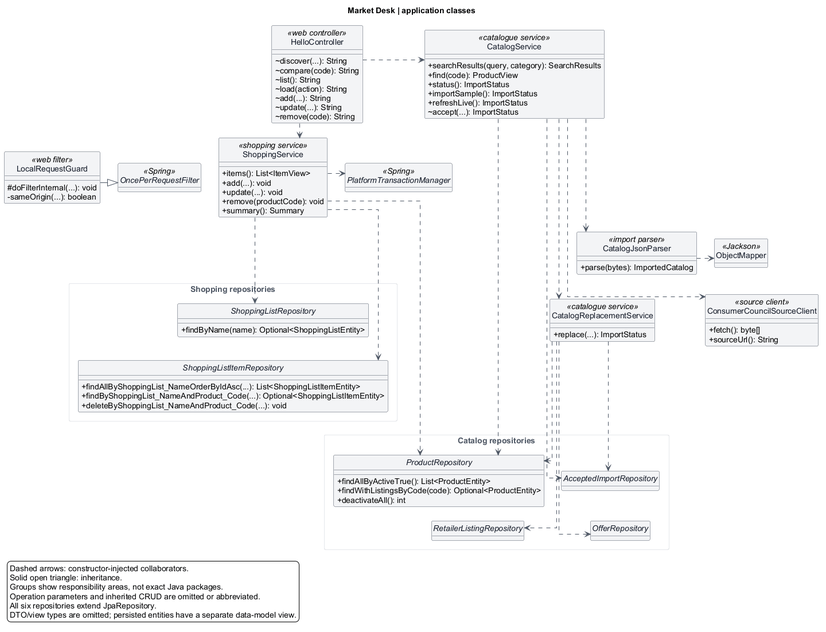
Earlier version of the PlantUML export docs/diagrams/baseline/application-class.png (LamHeiKit230208993/CS3383-Project). Its diagram source:
```plantuml
@startuml
title Market Desk | application classes

top to bottom direction
skinparam backgroundColor #FFFFFF
skinparam shadowing false
skinparam linetype ortho
skinparam classAttributeIconSize 0
skinparam defaultFontName Arial
skinparam defaultFontSize 14
skinparam classFontSize 15
skinparam classAttributeFontSize 14
skinparam classBackgroundColor #F3F4F6
skinparam classBorderColor #4B5563
skinparam classFontColor #111827
skinparam packageStyle rectangle
skinparam packageBackgroundColor #FFFFFF
skinparam packageBorderColor #E5E7EB
skinparam packageFontColor #4B5563
skinparam noteBackgroundColor #E5E7EB
skinparam noteBorderColor #4B5563
skinparam ArrowColor #4B5563
skinparam nodesep 30
skinparam ranksep 25
hide circle
hide empty methods

class HelloController <<web controller>> {
  ~ discover(...): String
  ~ compare(code): String
  ~ list(): String
  ~ load(action): String
  ~ add(...): String
  ~ update(...): String
  ~ remove(code): String
}

class LocalRequestGuard <<web filter>> {
  # doFilterInternal(...): void
  - sameOrigin(...): boolean
}
abstract class OncePerRequestFilter <<Spring>>

class CatalogService <<catalogue service>> {
  + searchResults(query, category): SearchResults
  + find(code): ProductView
  + status(): ImportStatus
  + importSample(): ImportStatus
  + refreshLive(): ImportStatus
  ~ accept(...): ImportStatus
}

class ShoppingService <<shopping service>> {
  + items(): List<ItemView>
  + add(...): void
  + update(...): void
  + remove(productCode): void
  + summary(): Summary
}

class CatalogJsonParser <<import parser>> {
  + parse(bytes): ImportedCatalog
}
class ObjectMapper <<Jackson>>
class CatalogReplacementService <<catalogue service>> {
  + replace(...): ImportStatus
}
class ConsumerCouncilSourceClient <<source client>> {
  + fetch(): byte[]
  + sourceUrl(): String
}
interface PlatformTransactionManager <<Spring>>

package "Catalog repositories" {
  interface ProductRepository {
    + findAllByActiveTrue(): List<ProductEntity>
    + findWithListingsByCode(code): Optional<ProductEntity>
    + deactivateAll(): int
  }
  interface AcceptedImportRepository
  interface RetailerListingRepository
  interface OfferRepository
}

package "Shopping repositories" {
  interface ShoppingListRepository {
    + findByName(name): Optional<ShoppingListEntity>
  }
  interface ShoppingListItemRepository {
    + findAllByShoppingList_NameOrderByIdAsc(...): List<ShoppingListItemEntity>
    + findByShoppingList_NameAndProduct_Code(...): Optional<ShoppingListItemEntity>
    + deleteByShoppingList_NameAndProduct_Code(...): void
  }
}

HelloController ..right.> CatalogService
HelloController ..right.> ShoppingService
CatalogService ..down.> ProductRepository
CatalogService ..down.> AcceptedImportRepository
CatalogService ..down.> CatalogJsonParser
CatalogService ..down.> CatalogReplacementService
CatalogService ..down.> ConsumerCouncilSourceClient
CatalogReplacementService ..down.> ProductRepository
CatalogReplacementService ..down.> RetailerListingRepository
CatalogReplacementService ..down.> OfferRepository
CatalogReplacementService ..down.> AcceptedImportRepository
CatalogJsonParser ..right.> ObjectMapper
ShoppingService ..down.> ShoppingListRepository
ShoppingService ..down.> ShoppingListItemRepository
ShoppingService ..down.> ProductRepository
ShoppingService ..right.> PlatformTransactionManager
LocalRequestGuard -down-|> OncePerRequestFilter

HelloController -[hidden]right-> CatalogService
CatalogService -[hidden]down-> ShoppingService
CatalogService -[hidden]down-> CatalogJsonParser
CatalogJsonParser -[hidden]right-> ObjectMapper
CatalogJsonParser -[hidden]down-> CatalogReplacementService
CatalogReplacementService -[hidden]right-> ConsumerCouncilSourceClient
CatalogReplacementService -[hidden]down-> ProductRepository
ProductRepository -[hidden]right-> AcceptedImportRepository
ProductRepository -[hidden]down-> RetailerListingRepository
AcceptedImportRepository -[hidden]down-> OfferRepository
ShoppingService -[hidden]down-> ShoppingListRepository
ShoppingListRepository -[hidden]down-> ShoppingListItemRepository
ShoppingService -[hidden]right-> PlatformTransactionManager
HelloController -[hidden]down-> LocalRequestGuard
LocalRequestGuard -[hidden]right-> OncePerRequestFilter

legend bottom left
  Dashed arrows: constructor-injected collaborators.
  Solid open triangle: inheritance.
  Groups show responsibility areas, not exact Java packages.
  Operation parameters and inherited CRUD are omitted or abbreviated.
  All six repositories extend JpaRepository.
  DTO/view types are omitted; persisted entities have a separate data-model view.
endlegend
@enduml
```
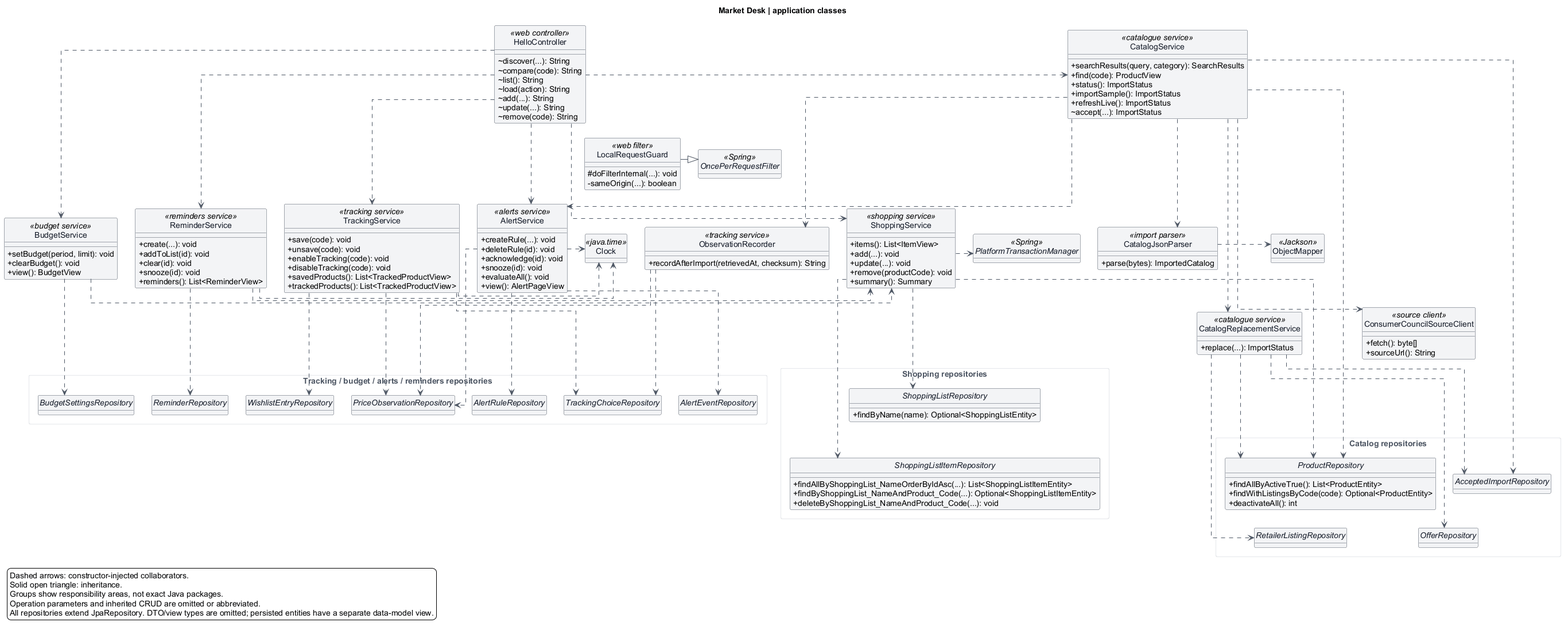
The same diagram one commit later.

The edit, as a diff of the source:
```diff
@@ -58,6 +58,39 @@
   + summary(): Summary
 }
 
+class TrackingService <<tracking service>> {
+  + save(code): void
+  + unsave(code): void
+  + enableTracking(code): void
+  + disableTracking(code): void
+  + savedProducts(): List<TrackedProductView>
+  + trackedProducts(): List<TrackedProductView>
+}
+class ObservationRecorder <<tracking service>> {
+  + recordAfterImport(retrievedAt, checksum): String
+}
+class BudgetService <<budget service>> {
+  + setBudget(period, limit): void
+  + clearBudget(): void
+  + view(): BudgetView
+}
+class AlertService <<alerts service>> {
+  + createRule(...): void
+  + deleteRule(id): void
+  + acknowledge(id): void
+  + snooze(id): void
+  + evaluateAll(): void
+  + view(): AlertPageView
+}
+class ReminderService <<reminders service>> {
+  + create(...): void
+  + addToList(id): void
+  + clear(id): void
+  + snooze(id): void
+  + reminders(): List<ReminderView>
+}
+class Clock <<java.time>>
+
 class CatalogJsonParser <<import parser>> {
   + parse(bytes): ImportedCatalog
 }
@@ -93,13 +126,29 @@
   }
 }
 
+package "Tracking / budget / alerts / reminders repositories" {
+  interface WishlistEntryRepository
+  interface TrackingChoiceRepository
+  interface PriceObservationRepository
+  interface BudgetSettingsRepository
+  interface AlertRuleRepository
+  interface AlertEventRepository
+  interface ReminderRepository
+}
+
 HelloController ..right.> CatalogService
 HelloController ..right.> ShoppingService
+HelloController ..right.> TrackingService
+HelloController ..right.> BudgetService
+HelloController ..right.> AlertService
+HelloController ..right.> ReminderService
 CatalogService ..down.> ProductRepository
 CatalogService ..down.> AcceptedImportRepository
 CatalogService ..down.> CatalogJsonParser
 CatalogService ..down.> CatalogReplacementService
 CatalogService ..down.> ConsumerCouncilSourceClient
+CatalogService ..down.> ObservationRecorder
+CatalogService ..down.> AlertService
 CatalogReplacementService ..down.> ProductRepository
 CatalogReplacementService ..down.> RetailerListingRepository
 CatalogReplacementService ..down.> OfferRepository
@@ -109,6 +158,21 @@
 ShoppingService ..down.> ShoppingListItemRepository
 ShoppingService ..down.> ProductRepository
 ShoppingService ..right.> PlatformTransactionManager
+TrackingService ..down.> WishlistEntryRepository
+TrackingService ..down.> TrackingChoiceRepository
+TrackingService ..down.> PriceObservationRepository
+TrackingService ..right.> Clock
+ObservationRecorder ..down.> TrackingChoiceRepository
+ObservationRecorder ..down.> PriceObservationRepository
+BudgetService ..down.> BudgetSettingsRepository
+BudgetService ..right.> ShoppingService
+AlertService ..down.> AlertRuleRepository
+AlertService ..down.> AlertEventRepository
+AlertService ..down.> PriceObservationRepository
+AlertService ..right.> Clock
+ReminderService ..down.> ReminderRepository
+ReminderService ..right.> ShoppingService
+ReminderService ..right.> Clock
 LocalRequestGuard -down-|> OncePerRequestFilter
 
 HelloController -[hidden]right-> CatalogService
@@ -132,7 +196,6 @@
   Solid open triangle: inheritance.
   Groups show responsibility areas, not exact Java packages.
   Operation parameters and inherited CRUD are omitted or abbreviated.
-  All six repositories extend JpaRepository.
-  DTO/view types are omitted; persisted entities have a separate data-model view.
+  All repositories extend JpaRepository. DTO/view types are omitted; persisted entities have a separate data-model view.
 endlegend
 @enduml
```
